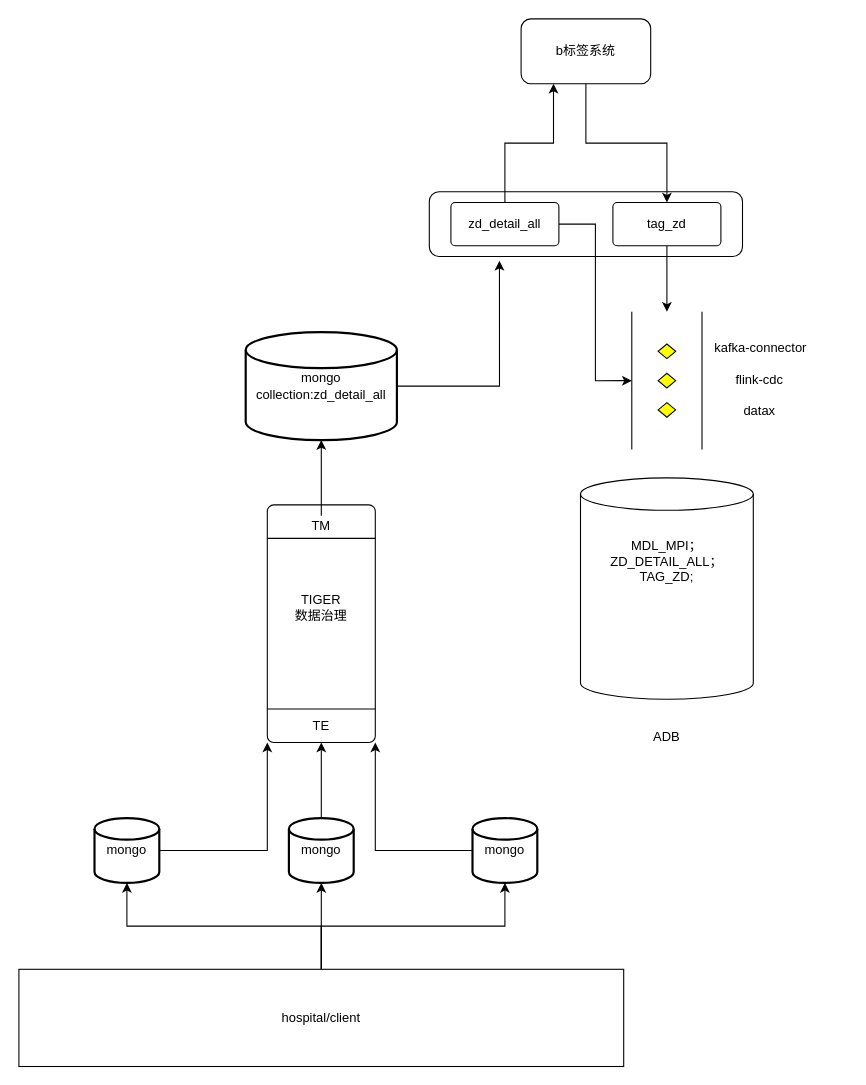
Above: Untitled Diagram.drawio in KenyonZ/draw (draw.io), before the change. Source tidied: cells renumbered, new cells numbered last; positions are measured from the earlier drawing's top-left corner, leaving out a move shared by most shapes. Both pictures are drawn from the tidied source at 108%, with x=0, y=0 at pixel (18, 18).
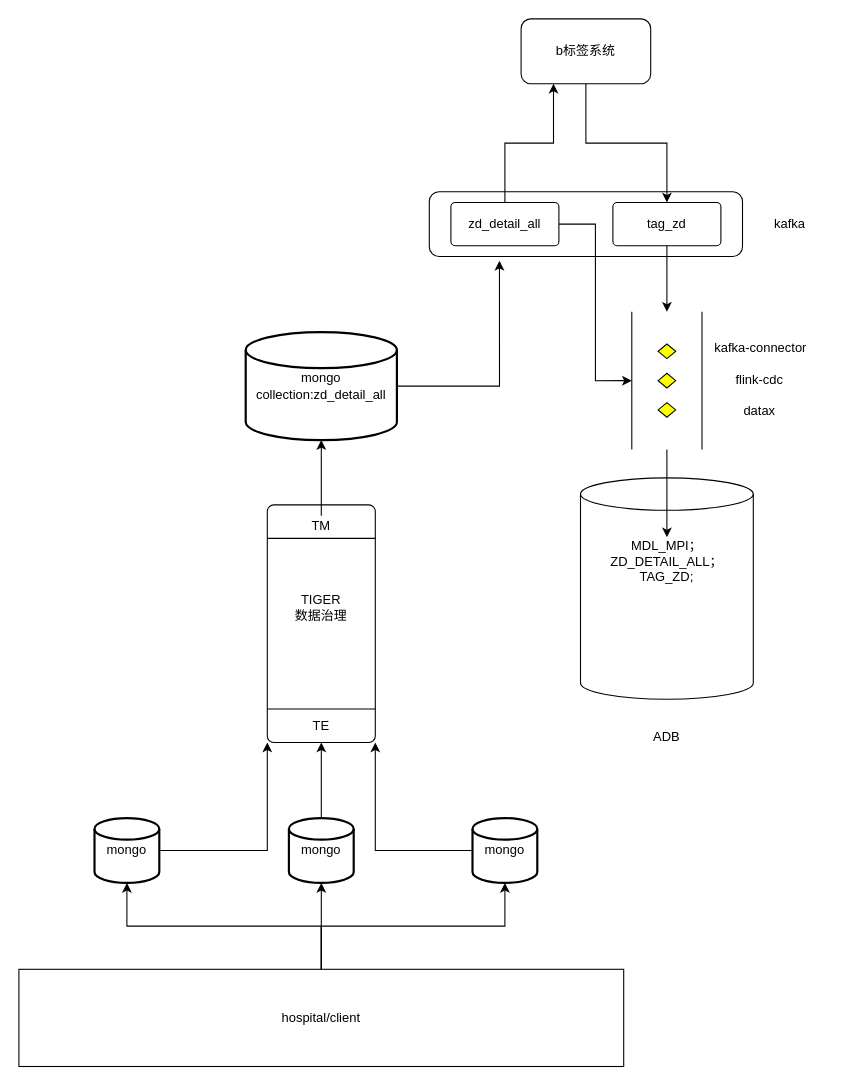
Above is the later version.

The change refers to these unchanged cells:
```xml
<mxCell id="21" value="&lt;br&gt;MDL_MPI；&lt;br&gt;ZD_DETAIL_ALL；&lt;br&gt;TAG_ZD;" style="text;html=1;strokeColor=none;fillColor=none;align=center;verticalAlign=middle;whiteSpace=wrap;rounded=0;" parent="1" vertex="1">
  <mxGeometry x="570" y="480" width="60" height="30" as="geometry" />
</mxCell>
<mxCell id="30" style="verticalLabelPosition=bottom;verticalAlign=top;html=1;shape=mxgraph.flowchart.parallel_mode;direction=south;" parent="1" vertex="1">
  <mxGeometry x="567.5" y="271.2" width="65" height="127.5" as="geometry" />
</mxCell>
```

The edit, as a diff of the source:
```diff
@@
+    <mxCell id="34" style="edgeStyle=orthogonalEdgeStyle;rounded=0;jettySize=auto;html=1;" parent="1" edge="1" source="30" target="21">
+      <mxGeometry relative="1" as="geometry" />
+    </mxCell>
@@
+    <mxCell id="35" value="kafka" style="text;html=1;strokeColor=none;fillColor=none;align=center;verticalAlign=middle;whiteSpace=wrap;rounded=0;" parent="1" vertex="1">
+      <mxGeometry x="660" y="175" width="107.5" height="30" as="geometry" />
+    </mxCell>
```
